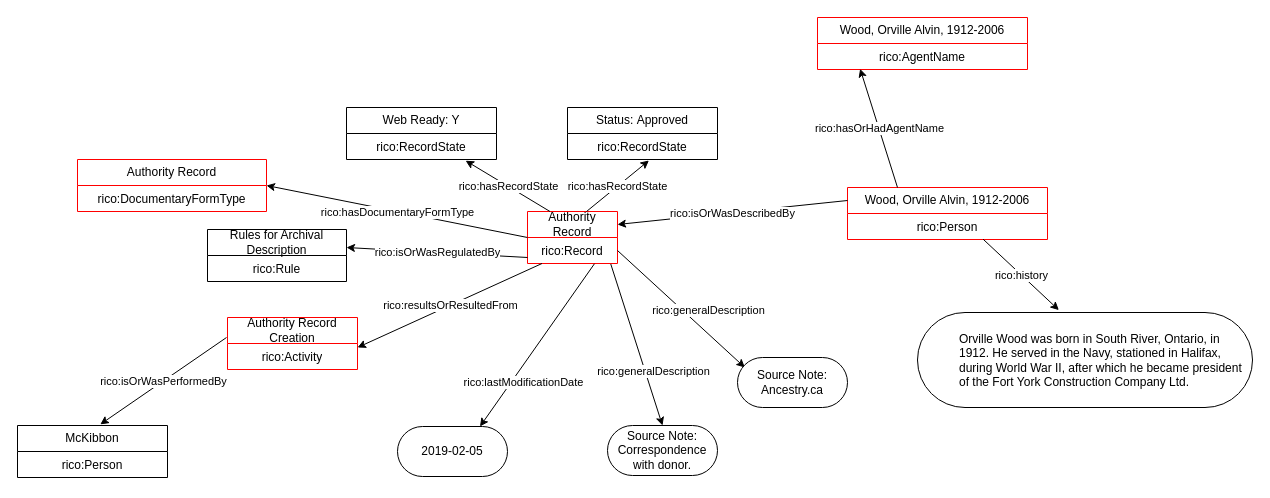
The draw.io diagram gbad/person/Orville Wood Authority.drawio in williamsonrichard/records_in_contexts_draw_io_parser, before the edit. Source tidied: cells renumbered, new cells numbered last; positions are measured from the earlier drawing's top-left corner, leaving out a move shared by most shapes. Both pictures are drawn from the tidied source at 100%, with x=0, y=0 at pixel (17, 17).
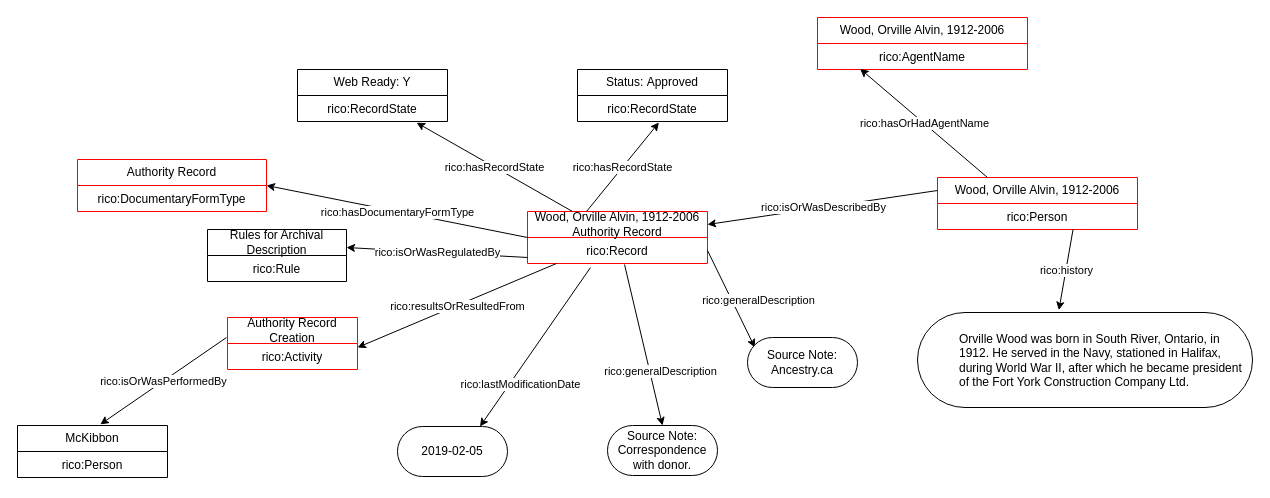
After the change.

The change refers to these unchanged cells:
```xml
<mxCell id="13" value="Source Note: Correspondence with donor." style="html=1;whiteSpace=wrap;rounded=1;arcSize=50;" parent="1" vertex="1">
  <mxGeometry x="590" y="408" width="110" height="50" as="geometry" />
</mxCell>
<mxCell id="36" value="2019-02-05" style="html=1;whiteSpace=wrap;rounded=1;arcSize=50;" parent="1" vertex="1">
  <mxGeometry x="380" y="409" width="110" height="50" as="geometry" />
</mxCell>
```

What changed in the source:
```diff
@@
     <mxCell id="2" value="Wood, Orville Alvin, 1912-2006" style="swimlane;fontStyle=0;horizontal=1;startSize=26;fillColor=none;whiteSpace=wrap;html=1;strokeColor=#FF0000;" parent="1" vertex="1">
-      <mxGeometry x="830" y="170" width="200" height="52" as="geometry" />
+      <mxGeometry x="920" y="160" width="200" height="52" as="geometry" />
     </mxCell>
@@
-    <mxCell id="11" style="endArrow=classic;html=1;rounded=0;entryX=0.5;entryY=0;entryDx=0;entryDy=0;exitX=0.925;exitY=1.019;exitDx=0;exitDy=0;exitPerimeter=0;" parent="1" edge="1" source="15" target="13">
+    <mxCell id="11" style="endArrow=classic;html=1;rounded=0;entryX=0.5;entryY=0;entryDx=0;entryDy=0;exitX=0.539;exitY=1.038;exitDx=0;exitDy=0;exitPerimeter=0;" parent="1" edge="1" source="15" target="13">
       <mxGeometry relative="1" as="geometry" />
     </mxCell>
@@
-    <mxCell id="14" value="Authority Record" style="swimlane;fontStyle=0;horizontal=1;startSize=26;fillColor=none;whiteSpace=wrap;html=1;strokeColor=#FF0000;" parent="1" vertex="1">
-      <mxGeometry x="510" y="194" width="90" height="52" as="geometry" />
+    <mxCell id="14" value="Wood, Orville Alvin, 1912-2006 Authority Record" style="swimlane;fontStyle=0;horizontal=1;startSize=26;fillColor=none;whiteSpace=wrap;html=1;strokeColor=#FF0000;" parent="1" vertex="1">
+      <mxGeometry x="510" y="194" width="180" height="52" as="geometry" />
     </mxCell>
     <mxCell id="15" value="rico:Record" style="text;strokeColor=none;fillColor=none;align=center;verticalAlign=top;spacingLeft=4;spacingRight=4;overflow=hidden;points=[[0,0.5],[1,0.5]];portConstraint=eastwest;whiteSpace=wrap;html=1;" parent="14" vertex="1">
-      <mxGeometry y="26" width="90" height="26" as="geometry" />
+      <mxGeometry y="26" width="180" height="26" as="geometry" />
     </mxCell>
@@
-    <mxCell id="34" style="endArrow=classic;html=1;rounded=0;exitX=0.744;exitY=1.01;exitDx=0;exitDy=0;exitPerimeter=0;entryX=0.75;entryY=0;entryDx=0;entryDy=0;" parent="1" edge="1" source="15" target="36">
+    <mxCell id="34" style="endArrow=classic;html=1;rounded=0;exitX=0.35;exitY=1.154;exitDx=0;exitDy=0;exitPerimeter=0;entryX=0.75;entryY=0;entryDx=0;entryDy=0;" parent="1" edge="1" source="15" target="36">
       <mxGeometry relative="1" as="geometry" />
     </mxCell>
@@
     <mxCell id="39" value="Web Ready: Y" style="swimlane;fontStyle=0;horizontal=1;startSize=26;fillColor=none;whiteSpace=wrap;html=1;" parent="1" vertex="1">
-      <mxGeometry x="329" y="90" width="150" height="52" as="geometry" />
+      <mxGeometry x="280" y="52" width="150" height="52" as="geometry" />
     </mxCell>
@@
     <mxCell id="41" value="Status:&amp;nbsp;Approved" style="swimlane;fontStyle=0;horizontal=1;startSize=26;fillColor=none;whiteSpace=wrap;html=1;" parent="1" vertex="1">
-      <mxGeometry x="550" y="90" width="150" height="52" as="geometry" />
+      <mxGeometry x="560" y="52" width="150" height="52" as="geometry" />
     </mxCell>
@@
     <mxCell id="47" value="Source Note: Ancestry.ca" style="html=1;whiteSpace=wrap;rounded=1;arcSize=50;" parent="1" vertex="1">
-      <mxGeometry x="720" y="340" width="110" height="50" as="geometry" />
+      <mxGeometry x="730" y="320" width="110" height="50" as="geometry" />
     </mxCell>
```
